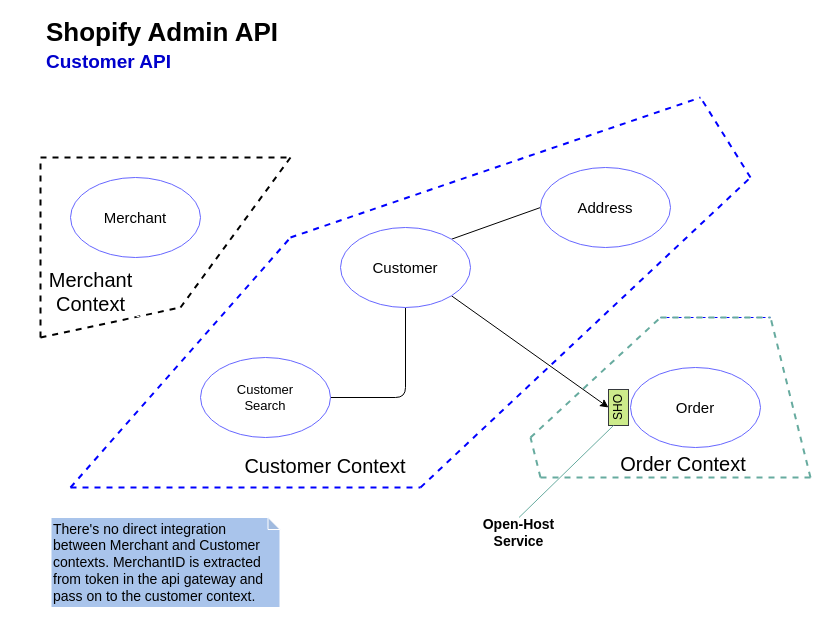
Above: business-domain-design/Spotify Customer API - Bounded Contexts - Context Mapping.drawio in rpicanco/ShopifyAdminAPICustomer (draw.io), before the change. Source tidied: cells renumbered, new cells numbered last; positions are measured from the earlier drawing's top-left corner, leaving out a move shared by most shapes. Both pictures are drawn from the tidied source at 100%, with x=0, y=0 at pixel (17, 22).
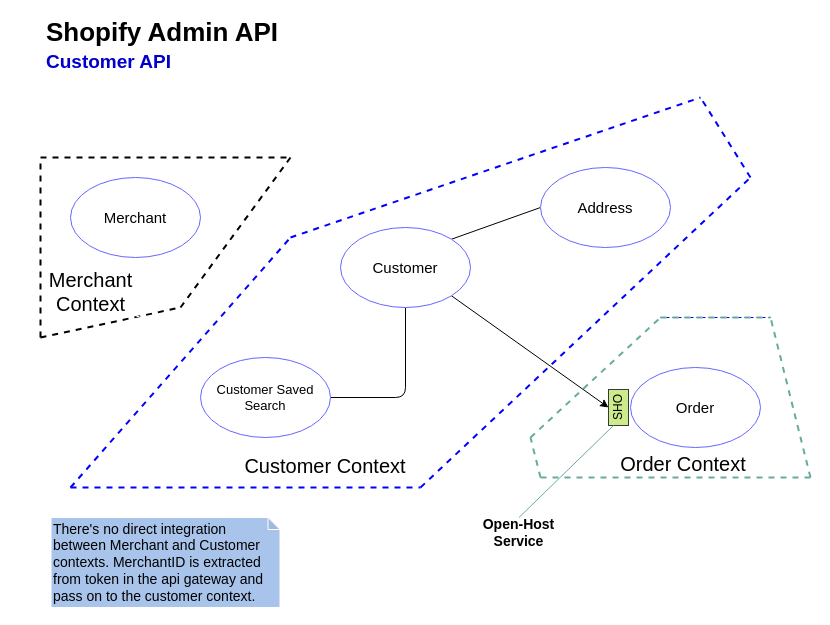
The same diagram, later.

Commit message (it also covers changes not shown here):
Rename the customer search domain

What changed in the source:
```diff
@@
-    <mxCell id="31" value="&lt;span style=&quot;font-size: 13px&quot;&gt;Customer&lt;br&gt;Search&lt;/span&gt;" style="ellipse;whiteSpace=wrap;html=1;strokeColor=#6666FF;" parent="1" vertex="1">
+    <mxCell id="31" value="&lt;span style=&quot;font-size: 13px&quot;&gt;Customer Saved&lt;br&gt;Search&lt;/span&gt;" style="ellipse;whiteSpace=wrap;html=1;strokeColor=#6666FF;" parent="1" vertex="1">
       <mxGeometry x="183" y="335" width="130" height="80" as="geometry" />
     </mxCell>
```
